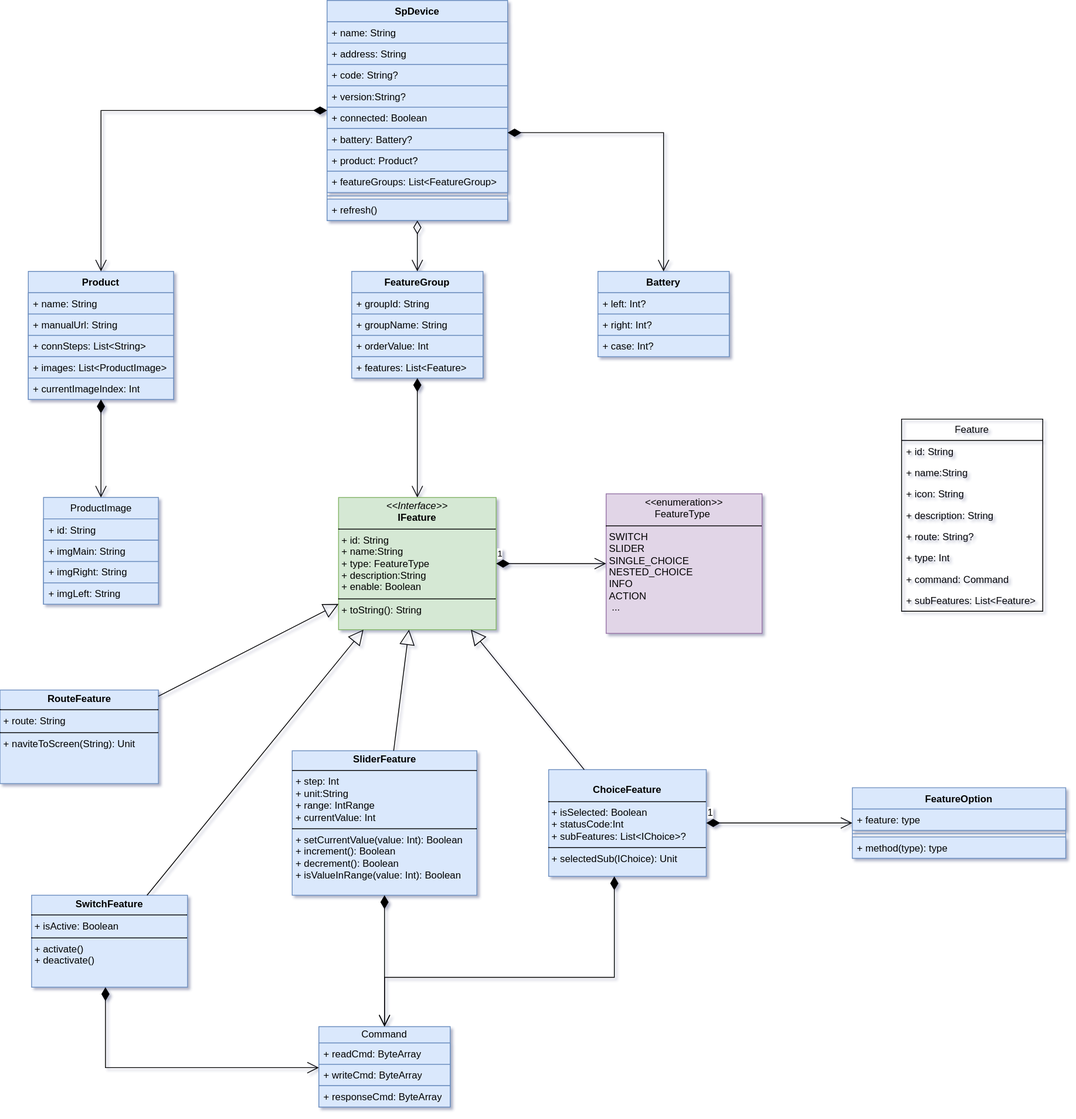
The draw.io diagram sp-device.drawio.svg in kekemao00/draw-libs, before a commit. Source tidied: cells renumbered, new cells last; positions are measured from the earlier drawing's top-left corner, leaving out a move shared by most shapes.
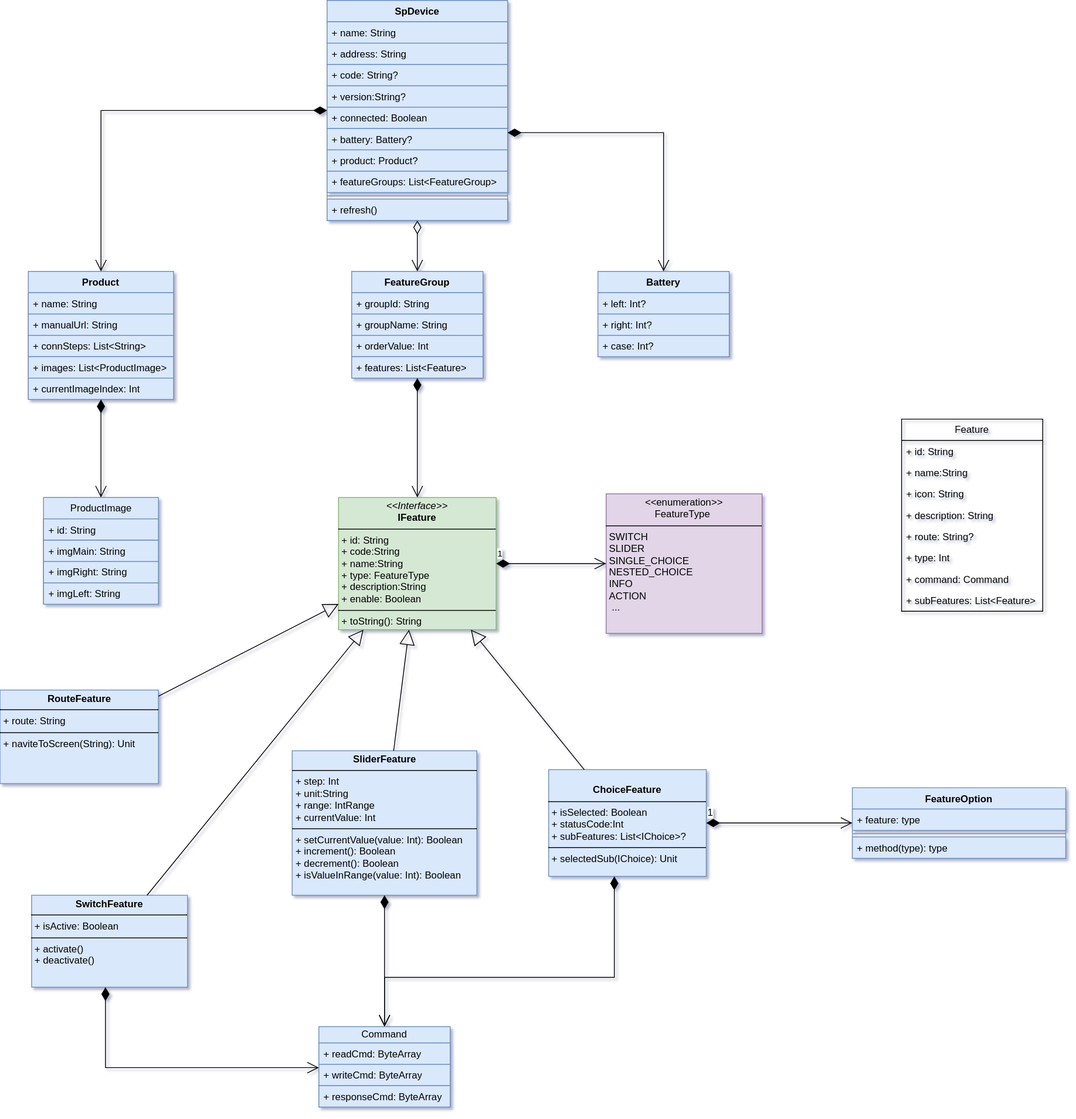
Above is the later version.

The edit, as a diff of the source:
```diff
@@ -134,7 +134,7 @@
     <mxCell id="45" value="+ responseCmd: ByteArray" style="text;strokeColor=#6c8ebf;fillColor=#dae8fc;align=left;verticalAlign=top;spacingLeft=4;spacingRight=4;overflow=hidden;whiteSpace=wrap;html=1;" parent="42" vertex="1">
       <mxGeometry y="72" width="160" height="26" as="geometry" />
     </mxCell>
-    <mxCell id="46" value="&lt;p style=&quot;margin:0px;margin-top:4px;text-align:center;&quot;&gt;&lt;i&gt;&amp;lt;&amp;lt;Interface&amp;gt;&amp;gt;&lt;/i&gt;&lt;br&gt;&lt;b&gt;IFeature&lt;/b&gt;&lt;/p&gt;&lt;hr size=&quot;1&quot; style=&quot;border-style:solid;&quot;&gt;&lt;p style=&quot;margin:0px;margin-left:4px;&quot;&gt;+ id: String&lt;br&gt;+ name:String&lt;br&gt;+ type:&amp;nbsp;&lt;span style=&quot;text-align: center;&quot;&gt;FeatureType&amp;nbsp;&lt;/span&gt;&lt;br&gt;+ description:String&lt;br&gt;+&amp;nbsp;enable: Boolean&lt;/p&gt;&lt;hr size=&quot;1&quot; style=&quot;border-style:solid;&quot;&gt;&lt;p style=&quot;margin:0px;margin-left:4px;&quot;&gt;+ toString(): String&lt;br&gt;&lt;/p&gt;" style="verticalAlign=top;align=left;overflow=fill;html=1;whiteSpace=wrap;fillColor=#d5e8d4;strokeColor=#82b366;" parent="1" vertex="1">
+    <mxCell id="46" value="&lt;p style=&quot;margin:0px;margin-top:4px;text-align:center;&quot;&gt;&lt;i&gt;&amp;lt;&amp;lt;Interface&amp;gt;&amp;gt;&lt;/i&gt;&lt;br&gt;&lt;b&gt;IFeature&lt;/b&gt;&lt;/p&gt;&lt;hr size=&quot;1&quot; style=&quot;border-style:solid;&quot;&gt;&lt;p style=&quot;margin:0px;margin-left:4px;&quot;&gt;+ id: String&lt;br&gt;+ code:String&lt;br&gt;+ name:String&lt;br&gt;+ type:&amp;nbsp;&lt;span style=&quot;text-align: center;&quot;&gt;FeatureType&amp;nbsp;&lt;/span&gt;&lt;br&gt;+ description:String&lt;br&gt;+&amp;nbsp;enable: Boolean&lt;/p&gt;&lt;hr size=&quot;1&quot; style=&quot;border-style:solid;&quot;&gt;&lt;p style=&quot;margin:0px;margin-left:4px;&quot;&gt;+ toString(): String&lt;br&gt;&lt;/p&gt;" style="verticalAlign=top;align=left;overflow=fill;html=1;whiteSpace=wrap;fillColor=#d5e8d4;strokeColor=#82b366;" parent="1" vertex="1">
       <mxGeometry x="412" y="605.5" width="192" height="161" as="geometry" />
     </mxCell>
     <mxCell id="47" value="&lt;p style=&quot;margin:0px;margin-top:4px;text-align:center;&quot;&gt;&lt;b&gt;RouteFeature&lt;/b&gt;&lt;/p&gt;&lt;hr size=&quot;1&quot; style=&quot;border-style:solid;&quot;&gt;&lt;p style=&quot;margin:0px;margin-left:4px;&quot;&gt;+ route: String&lt;/p&gt;&lt;hr size=&quot;1&quot; style=&quot;border-style:solid;&quot;&gt;&lt;p style=&quot;margin:0px;margin-left:4px;&quot;&gt;+ naviteToScreen(String): Unit&lt;br&gt;&lt;/p&gt;" style="verticalAlign=top;align=left;overflow=fill;html=1;whiteSpace=wrap;fillColor=#dae8fc;strokeColor=#6c8ebf;" parent="1" vertex="1">
```
